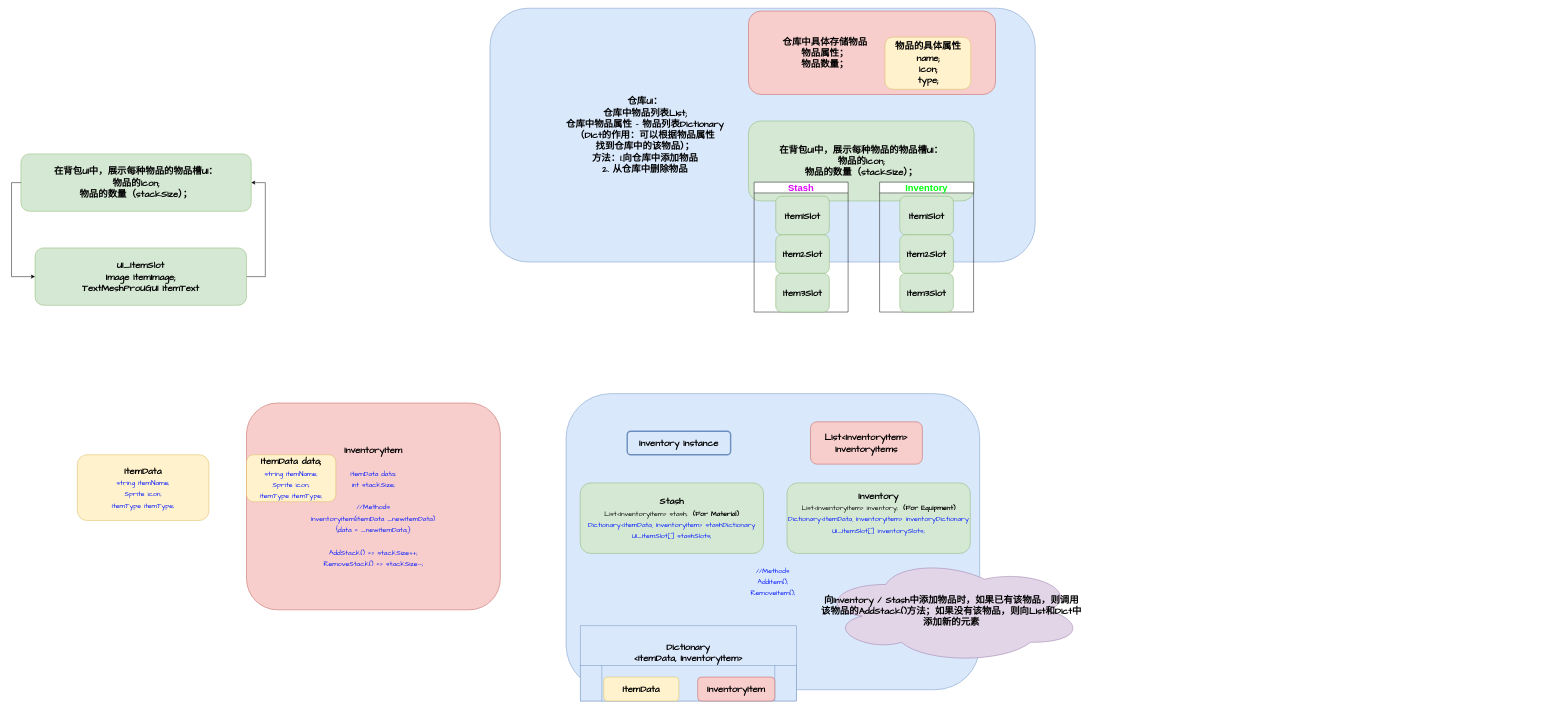
This is Inventory.drawio from Jormungandr5/iodraw-files, a draw.io file, before an edit. Source tidied: cells renumbered, new cells numbered last; positions are measured from the earlier drawing's top-left corner, leaving out a move shared by most shapes. Both pictures are drawn from the tidied source at 47%, with x=0, y=0 at pixel (21, 8).
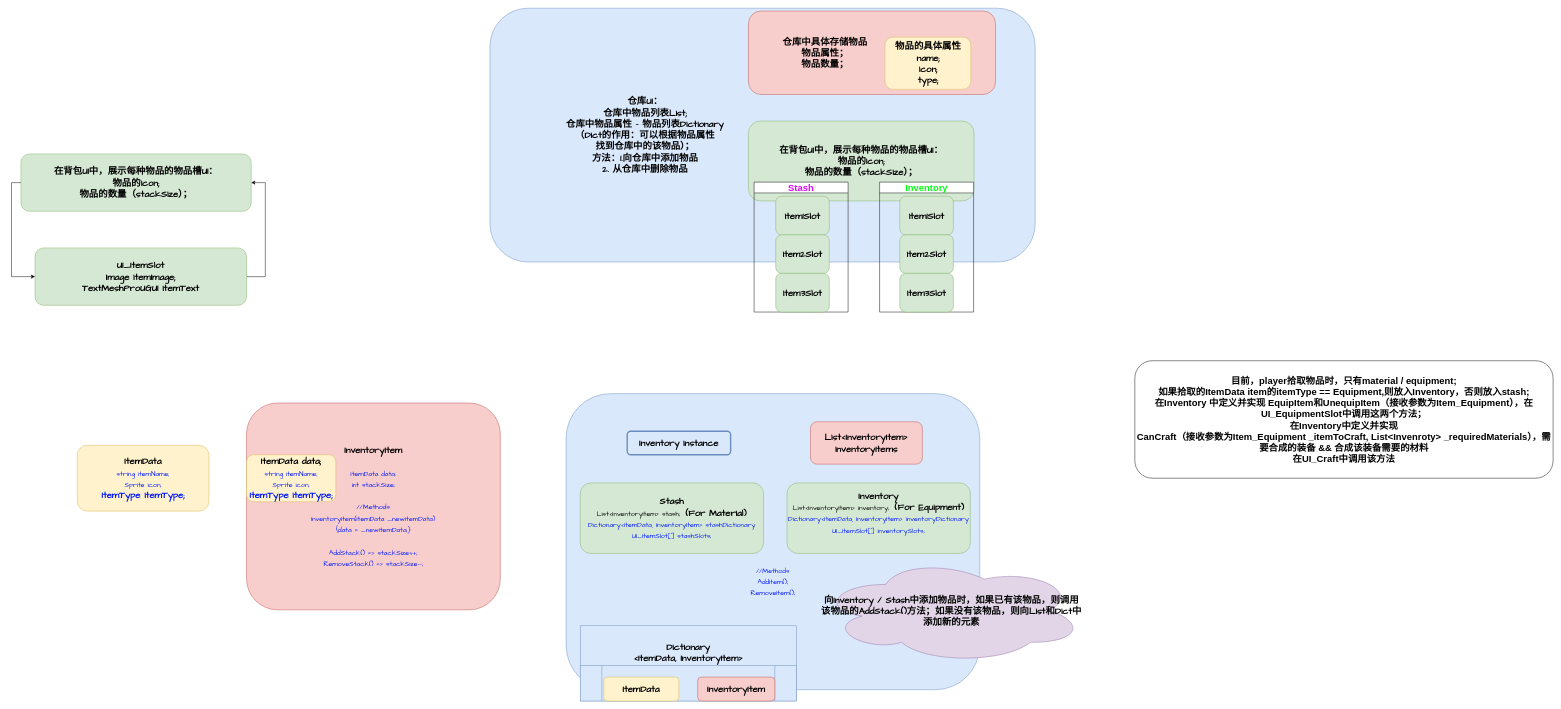
Above is the later version.

Unchanged cells that the change refers to:
```xml
<mxCell id="3" style="group;" parent="1" vertex="1">
  <mxGeometry x="480" y="840" width="540" height="440" as="geometry" />
</mxCell>
<mxCell id="25" style="group;" parent="1" vertex="1">
  <mxGeometry x="1160" y="820" width="1020" height="650" as="geometry" />
</mxCell>
```

Diff of the diagram source:
```diff
@@
-    <mxCell id="2" value="ItemData&lt;div&gt;&lt;span style=&quot;font-weight: normal;&quot;&gt;&lt;font style=&quot;font-size: 15px; color: rgb(0, 25, 255);&quot;&gt;string itemName;&lt;/font&gt;&lt;/span&gt;&lt;/div&gt;&lt;div&gt;&lt;span style=&quot;font-weight: normal;&quot;&gt;&lt;font style=&quot;font-size: 15px; color: rgb(0, 25, 255);&quot;&gt;Sprite icon;&lt;/font&gt;&lt;/span&gt;&lt;/div&gt;&lt;div&gt;&lt;span style=&quot;font-weight: normal;&quot;&gt;&lt;font style=&quot;font-size: 15px; color: rgb(0, 25, 255);&quot;&gt;ItemType itemType;&lt;/font&gt;&lt;/span&gt;&lt;/div&gt;" style="rounded=1;whiteSpace=wrap;html=1;fillColor=#fff2cc;strokeColor=#d6b656;fontSize=20;fontStyle=1;fontFamily=Comic Sans MS;" parent="1" vertex="1">
-      <mxGeometry x="120" y="950" width="280" height="140" as="geometry" />
+    <mxCell id="2" value="ItemData&lt;div&gt;&lt;span style=&quot;font-weight: normal;&quot;&gt;&lt;font style=&quot;font-size: 15px; color: rgb(0, 25, 255);&quot;&gt;string itemName;&lt;/font&gt;&lt;/span&gt;&lt;/div&gt;&lt;div&gt;&lt;span style=&quot;font-weight: normal;&quot;&gt;&lt;font style=&quot;font-size: 15px; color: rgb(0, 25, 255);&quot;&gt;Sprite icon;&lt;/font&gt;&lt;/span&gt;&lt;/div&gt;&lt;div&gt;&lt;font style=&quot;color: rgb(0, 25, 255);&quot;&gt;ItemType itemType;&lt;/font&gt;&lt;/div&gt;" style="rounded=1;whiteSpace=wrap;html=1;fillColor=#fff2cc;strokeColor=#d6b656;fontSize=20;fontStyle=1;fontFamily=Comic Sans MS;" parent="1" vertex="1">
+      <mxGeometry x="120" y="930" width="280" height="140" as="geometry" />
     </mxCell>
@@
-    <mxCell id="5" value="ItemData data;&lt;div&gt;&lt;span style=&quot;font-weight: normal;&quot;&gt;&lt;font style=&quot;font-size: 15px; color: rgb(0, 25, 255);&quot;&gt;string itemName;&lt;/font&gt;&lt;/span&gt;&lt;/div&gt;&lt;div&gt;&lt;span style=&quot;font-weight: normal;&quot;&gt;&lt;font style=&quot;font-size: 15px; color: rgb(0, 25, 255);&quot;&gt;Sprite icon;&lt;/font&gt;&lt;/span&gt;&lt;/div&gt;&lt;div&gt;&lt;span style=&quot;color: rgb(0, 25, 255); font-size: 15px; font-weight: 400;&quot;&gt;ItemType itemType;&lt;/span&gt;&lt;span style=&quot;font-weight: normal;&quot;&gt;&lt;font style=&quot;font-size: 15px; color: rgb(0, 25, 255);&quot;&gt;&lt;/font&gt;&lt;/span&gt;&lt;/div&gt;" style="rounded=1;whiteSpace=wrap;html=1;fillColor=#fff2cc;strokeColor=#d6b656;fontSize=20;fontStyle=1;fontFamily=Comic Sans MS;" parent="3" vertex="1">
+    <mxCell id="5" value="ItemData data;&lt;div&gt;&lt;span style=&quot;font-weight: normal;&quot;&gt;&lt;font style=&quot;font-size: 15px; color: rgb(0, 25, 255);&quot;&gt;string itemName;&lt;/font&gt;&lt;/span&gt;&lt;/div&gt;&lt;div&gt;&lt;span style=&quot;font-weight: normal;&quot;&gt;&lt;font style=&quot;font-size: 15px; color: rgb(0, 25, 255);&quot;&gt;Sprite icon;&lt;/font&gt;&lt;/span&gt;&lt;/div&gt;&lt;div&gt;&lt;span style=&quot;color: rgb(0, 25, 255);&quot;&gt;&lt;font style=&quot;&quot;&gt;ItemType itemType;&lt;/font&gt;&lt;/span&gt;&lt;span style=&quot;font-weight: normal;&quot;&gt;&lt;font style=&quot;font-size: 15px; color: rgb(0, 25, 255);&quot;&gt;&lt;/font&gt;&lt;/span&gt;&lt;/div&gt;" style="rounded=1;whiteSpace=wrap;html=1;fillColor=#fff2cc;strokeColor=#d6b656;fontSize=20;fontStyle=1;fontFamily=Comic Sans MS;" parent="3" vertex="1">
       <mxGeometry y="110" width="190" height="100" as="geometry" />
     </mxCell>
@@
-    <mxCell id="34" value="&lt;div&gt;&lt;div&gt;Stash&lt;/div&gt;&lt;div&gt;&lt;div&gt;&lt;div&gt;&lt;span style=&quot;font-size: 15px; font-weight: 400;&quot;&gt;List&amp;lt;InventoryItem&amp;gt; stash;&amp;nbsp;&lt;/span&gt;&lt;span style=&quot;font-size: 15px;&quot;&gt;&amp;nbsp;(For Material)&lt;/span&gt;&lt;/div&gt;&lt;div&gt;&lt;span style=&quot;font-weight: normal;&quot;&gt;&lt;font style=&quot;font-size: 15px; color: rgb(0, 25, 255);&quot;&gt;Dictionary&amp;lt;ItemData, InventoryItem&amp;gt; stashDictionary&lt;/font&gt;&lt;/span&gt;&lt;/div&gt;&lt;/div&gt;&lt;div&gt;&lt;font style=&quot;color: rgb(0, 25, 255);&quot;&gt;&lt;span style=&quot;font-size: 15px; font-weight: 400;&quot;&gt;UI_ItemSlot[] stashSlots;&lt;/span&gt;&lt;/font&gt;&lt;/div&gt;&lt;/div&gt;&lt;/div&gt;" style="rounded=1;whiteSpace=wrap;html=1;fillColor=#d5e8d4;strokeColor=#82b366;fontSize=20;fontStyle=1;fontFamily=Comic Sans MS;labelPosition=center;verticalLabelPosition=middle;align=center;verticalAlign=middle;" parent="25" vertex="1">
+    <mxCell id="34" value="&lt;div&gt;&lt;div&gt;Stash&lt;/div&gt;&lt;div&gt;&lt;div&gt;&lt;div&gt;&lt;span style=&quot;font-size: 15px; font-weight: 400;&quot;&gt;List&amp;lt;InventoryItem&amp;gt; stash;&amp;nbsp;&lt;/span&gt;&lt;span style=&quot;font-size: 15px;&quot;&gt;&amp;nbsp;&lt;/span&gt;&lt;font&gt;(For Material)&lt;/font&gt;&lt;/div&gt;&lt;div&gt;&lt;span style=&quot;font-weight: normal;&quot;&gt;&lt;font style=&quot;font-size: 15px; color: rgb(0, 25, 255);&quot;&gt;Dictionary&amp;lt;ItemData, InventoryItem&amp;gt; stashDictionary&lt;/font&gt;&lt;/span&gt;&lt;/div&gt;&lt;/div&gt;&lt;div&gt;&lt;font style=&quot;color: rgb(0, 25, 255);&quot;&gt;&lt;span style=&quot;font-size: 15px; font-weight: 400;&quot;&gt;UI_ItemSlot[] stashSlots;&lt;/span&gt;&lt;/font&gt;&lt;/div&gt;&lt;/div&gt;&lt;/div&gt;" style="rounded=1;whiteSpace=wrap;html=1;fillColor=#d5e8d4;strokeColor=#82b366;fontSize=20;fontStyle=1;fontFamily=Comic Sans MS;labelPosition=center;verticalLabelPosition=middle;align=center;verticalAlign=middle;" parent="25" vertex="1">
       <mxGeometry x="30" y="190" width="390" height="150" as="geometry" />
     </mxCell>
-    <mxCell id="35" value="Inventory&lt;div&gt;&lt;div&gt;&lt;font&gt;&lt;span style=&quot;font-size: 15px; font-weight: 400;&quot;&gt;List&amp;lt;InventoryItem&amp;gt; inventory;&amp;nbsp;&lt;/span&gt;&lt;span style=&quot;font-size: 15px;&quot;&gt;&amp;nbsp;(For Equipment)&lt;/span&gt;&lt;/font&gt;&lt;/div&gt;&lt;div&gt;&lt;span style=&quot;font-weight: normal;&quot;&gt;&lt;font style=&quot;font-size: 15px; color: rgb(0, 25, 255);&quot;&gt;Dictionary&amp;lt;ItemData, InventoryItem&amp;gt; inventoryDictionary&lt;/font&gt;&lt;/span&gt;&lt;/div&gt;&lt;/div&gt;&lt;div&gt;&lt;font style=&quot;color: rgb(0, 25, 255);&quot;&gt;&lt;font&gt;&lt;span style=&quot;font-size: 15px; font-weight: 400;&quot;&gt;UI_ItemSlot[] inventorySlots;&lt;/span&gt;&lt;/font&gt;&lt;/font&gt;&lt;/div&gt;&lt;div&gt;&lt;br&gt;&lt;/div&gt;" style="rounded=1;whiteSpace=wrap;html=1;fillColor=#d5e8d4;strokeColor=#82b366;fontSize=20;fontStyle=1;fontFamily=Comic Sans MS;labelPosition=center;verticalLabelPosition=middle;align=center;verticalAlign=middle;" parent="25" vertex="1">
+    <mxCell id="35" value="Inventory&lt;div&gt;&lt;div&gt;&lt;font&gt;&lt;span style=&quot;font-size: 15px; font-weight: 400;&quot;&gt;List&amp;lt;InventoryItem&amp;gt; inventory;&amp;nbsp;&lt;/span&gt;&lt;span style=&quot;font-size: 15px;&quot;&gt;&amp;nbsp;&lt;/span&gt;&lt;font&gt;(For Equipment)&lt;/font&gt;&lt;/font&gt;&lt;/div&gt;&lt;div&gt;&lt;span style=&quot;font-weight: normal;&quot;&gt;&lt;font style=&quot;font-size: 15px; color: rgb(0, 25, 255);&quot;&gt;Dictionary&amp;lt;ItemData, InventoryItem&amp;gt; inventoryDictionary&lt;/font&gt;&lt;/span&gt;&lt;/div&gt;&lt;/div&gt;&lt;div&gt;&lt;font style=&quot;color: rgb(0, 25, 255);&quot;&gt;&lt;font&gt;&lt;span style=&quot;font-size: 15px; font-weight: 400;&quot;&gt;UI_ItemSlot[] inventorySlots;&lt;/span&gt;&lt;/font&gt;&lt;/font&gt;&lt;/div&gt;&lt;div&gt;&lt;br&gt;&lt;/div&gt;" style="rounded=1;whiteSpace=wrap;html=1;fillColor=#d5e8d4;strokeColor=#82b366;fontSize=20;fontStyle=1;fontFamily=Comic Sans MS;labelPosition=center;verticalLabelPosition=middle;align=center;verticalAlign=middle;" parent="25" vertex="1">
       <mxGeometry x="470" y="190" width="390" height="150" as="geometry" />
     </mxCell>
@@
+    <mxCell id="37" value="目前，player拾取物品时，只有material / equipment;&lt;div&gt;如果拾取的ItemData item的itemType ==&amp;nbsp;Equipment,则放入Inventory，否则放入stash;&lt;/div&gt;&lt;div&gt;在Inventory 中定义并实现 EquipItem和UnequipItem（接收参数为Item_Equipment），在UI_EquipmentSlot中调用这两个方法；&lt;/div&gt;&lt;div&gt;在Inventory中定义并实现&lt;/div&gt;&lt;div&gt;CanCraft（接收参数为Item_Equipment _itemToCraft, List&amp;lt;Invenroty&amp;gt; _requiredMaterials），需要合成的装备 &amp;amp;&amp;amp; 合成该装备需要的材料&lt;/div&gt;&lt;div&gt;在UI_Craft中调用该方法&lt;/div&gt;" style="rounded=1;whiteSpace=wrap;html=1;fontSize=20;fontStyle=1;" parent="1" vertex="1">
+      <mxGeometry x="2370" y="750" width="890" height="250" as="geometry" />
+    </mxCell>
```
